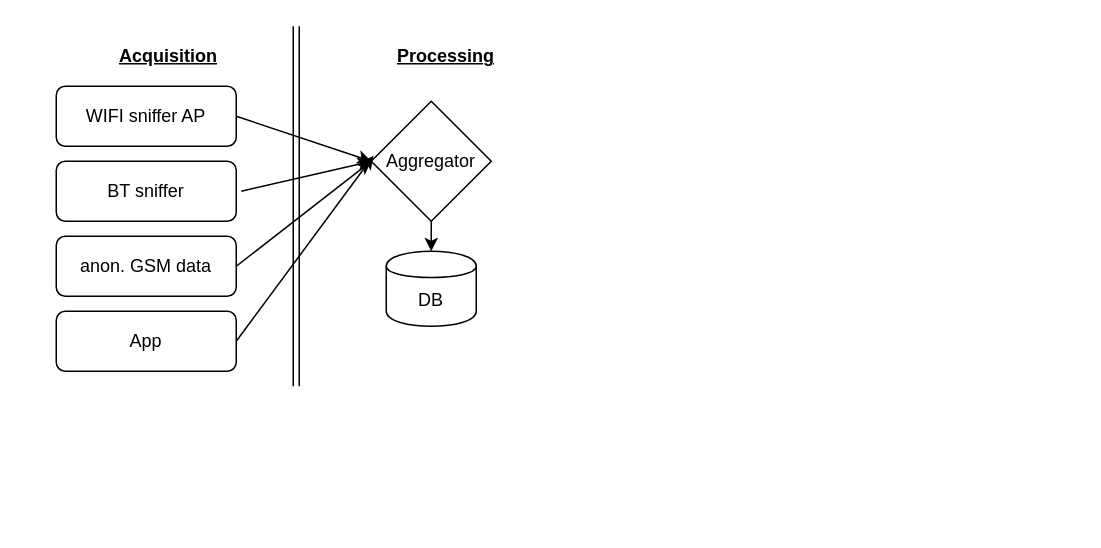
The draw.io diagram tech overview.drawio in jiminmotion/WVV_-72_crowd_density, before the edit. Source tidied: cells renumbered, new cells numbered last; positions are measured from the earlier drawing's top-left corner, leaving out a move shared by most shapes. Both pictures are drawn from the tidied source at 150%, with x=0, y=0 at pixel (26, 26).
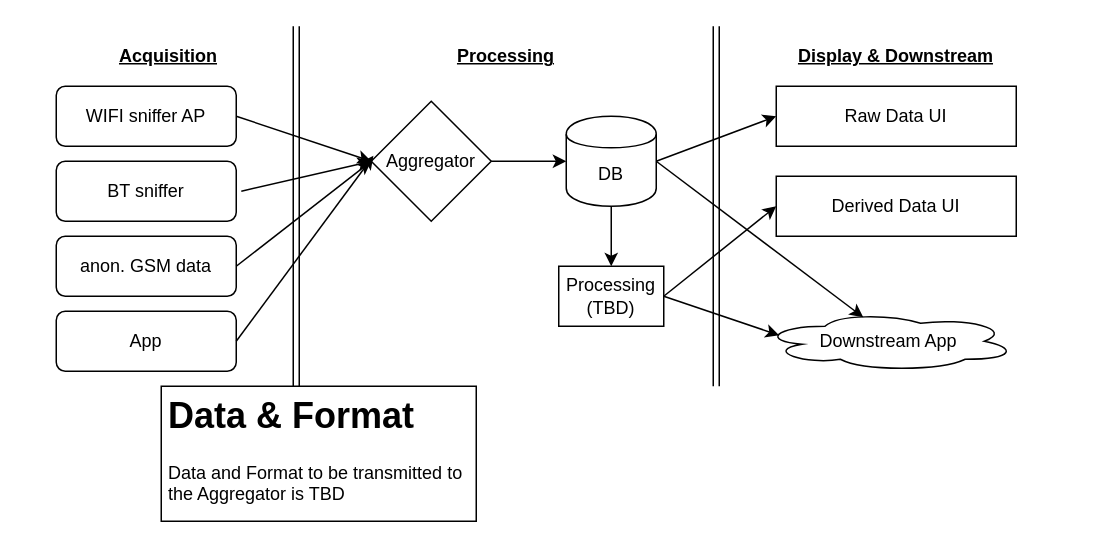
The same diagram, later.

The change refers to these unchanged cells:
```xml
<mxCell id="9" value="Aggregator" style="rhombus;whiteSpace=wrap;html=1;" parent="1" vertex="1">
  <mxGeometry x="230" y="50" width="80" height="80" as="geometry" />
</mxCell>
```

Diff of the diagram source:
```diff
@@
     <mxCell id="2" value="&lt;b&gt;&lt;u&gt;Processing&lt;/u&gt;&lt;/b&gt;" style="text;html=1;strokeColor=none;fillColor=none;align=center;verticalAlign=middle;whiteSpace=wrap;rounded=0;" parent="1" vertex="1">
-      <mxGeometry x="180" y="10" width="200" height="20" as="geometry" />
+      <mxGeometry x="180" y="10" width="280" height="20" as="geometry" />
     </mxCell>
@@
     <mxCell id="14" value="DB" style="shape=cylinder;whiteSpace=wrap;html=1;boundedLbl=1;backgroundOutline=1;" parent="1" vertex="1">
-      <mxGeometry x="240" y="150" width="60" height="50" as="geometry" />
+      <mxGeometry x="360" y="60" width="60" height="60" as="geometry" />
     </mxCell>
-    <mxCell id="15" style="endArrow=classic;html=1;entryX=0.5;entryY=0;entryDx=0;entryDy=0;exitX=0.5;exitY=1;exitDx=0;exitDy=0;" parent="1" edge="1" source="9" target="14">
+    <mxCell id="15" style="endArrow=classic;html=1;entryX=0;entryY=0.5;entryDx=0;entryDy=0;exitX=1;exitY=0.5;exitDx=0;exitDy=0;" parent="1" edge="1" source="9" target="14">
       <mxGeometry relative="1" as="geometry" />
     </mxCell>
+    <mxCell id="16" style="shape=link;html=1;" parent="1" edge="1">
+      <mxGeometry relative="1" as="geometry">
+        <mxPoint x="460" y="240" as="sourcePoint" />
+        <mxPoint x="460" as="targetPoint" />
+      </mxGeometry>
+    </mxCell>
+    <mxCell id="17" style="endArrow=classic;html=1;entryX=0.5;entryY=0;entryDx=0;entryDy=0;" parent="1" edge="1" target="19">
+      <mxGeometry relative="1" as="geometry">
+        <mxPoint x="390" y="120" as="sourcePoint" />
+      </mxGeometry>
+    </mxCell>
+    <mxCell id="18" value="Derived Data UI" style="rounded=0;whiteSpace=wrap;html=1;" parent="1" vertex="1">
+      <mxGeometry x="500" y="100" width="160" height="40" as="geometry" />
+    </mxCell>
+    <mxCell id="19" value="Processing (TBD)" style="rounded=0;whiteSpace=wrap;html=1;" parent="1" vertex="1">
+      <mxGeometry x="355" y="160" width="70" height="40" as="geometry" />
+    </mxCell>
+    <mxCell id="20" value="Raw Data UI" style="rounded=0;whiteSpace=wrap;html=1;" parent="1" vertex="1">
+      <mxGeometry x="500" y="40" width="160" height="40" as="geometry" />
+    </mxCell>
+    <mxCell id="21" style="endArrow=classic;html=1;entryX=0;entryY=0.5;entryDx=0;entryDy=0;" parent="1" edge="1" target="20">
+      <mxGeometry relative="1" as="geometry">
+        <mxPoint x="420" y="90" as="sourcePoint" />
+      </mxGeometry>
+    </mxCell>
+    <mxCell id="22" style="endArrow=classic;html=1;exitX=1;exitY=0.5;exitDx=0;exitDy=0;entryX=0;entryY=0.5;entryDx=0;entryDy=0;" parent="1" edge="1" source="19" target="18">
+      <mxGeometry relative="1" as="geometry" />
+    </mxCell>
+    <mxCell id="23" value="Downstream App" style="ellipse;shape=cloud;whiteSpace=wrap;html=1;" parent="1" vertex="1">
+      <mxGeometry x="490" y="190" width="170" height="40" as="geometry" />
+    </mxCell>
+    <mxCell id="24" style="endArrow=classic;html=1;exitX=1;exitY=0.5;exitDx=0;exitDy=0;entryX=0.4;entryY=0.1;entryDx=0;entryDy=0;entryPerimeter=0;" parent="1" edge="1" source="14" target="23">
+      <mxGeometry relative="1" as="geometry" />
+    </mxCell>
+    <mxCell id="25" style="endArrow=classic;html=1;entryX=0.07;entryY=0.4;entryDx=0;entryDy=0;entryPerimeter=0;exitX=1;exitY=0.5;exitDx=0;exitDy=0;" parent="1" edge="1" source="19" target="23">
+      <mxGeometry relative="1" as="geometry" />
+    </mxCell>
+    <mxCell id="26" value="&lt;b&gt;&lt;u&gt;Display &amp;amp; Downstream&lt;/u&gt;&lt;/b&gt;" style="text;html=1;strokeColor=none;fillColor=none;align=center;verticalAlign=middle;whiteSpace=wrap;rounded=0;" parent="1" vertex="1">
+      <mxGeometry x="460" y="10" width="240" height="20" as="geometry" />
+    </mxCell>
+    <mxCell id="27" value="&lt;h1&gt;Data &amp;amp; Format&lt;/h1&gt;&lt;p&gt;Data and Format to be transmitted to the Aggregator is TBD&lt;/p&gt;" style="text;html=1;strokeColor=#000000;fillColor=#ffffff;spacing=5;spacingTop=-20;whiteSpace=wrap;overflow=hidden;rounded=0;" parent="1" vertex="1">
+      <mxGeometry x="90" y="240" width="210" height="90" as="geometry" />
+    </mxCell>
```
